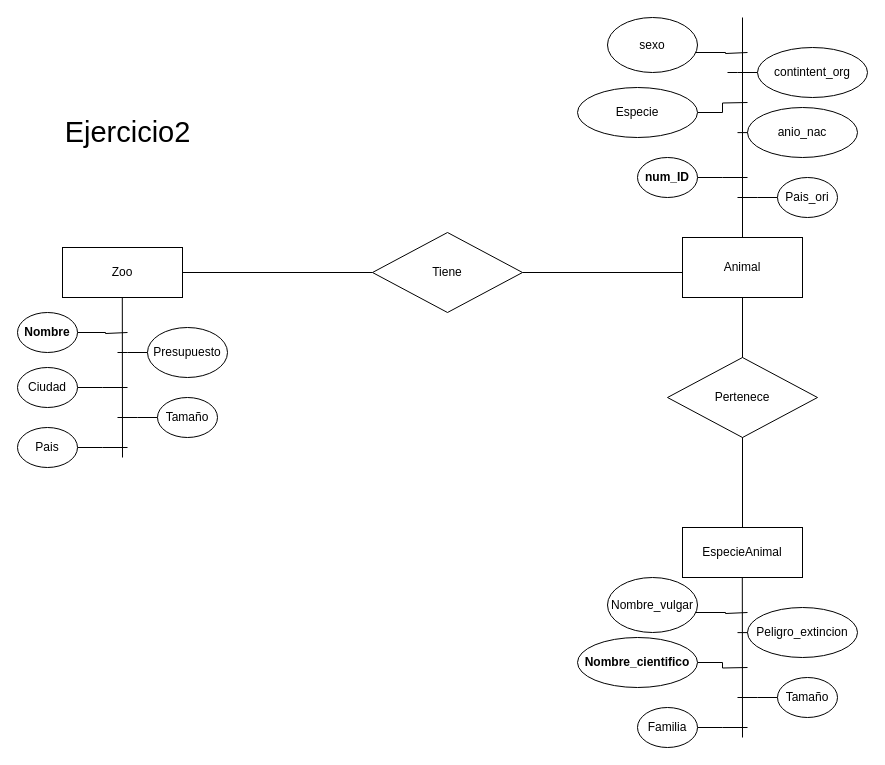
Earlier version of the draw.io diagram ejercicio2.drawio (victorsanchezr/abril23diagrama). Source tidied: cells renumbered, new cells numbered last; positions are measured from the earlier drawing's top-left corner, leaving out a move shared by most shapes. Both pictures are drawn from the tidied source at 100%, with x=0, y=0 at pixel (17, 17).
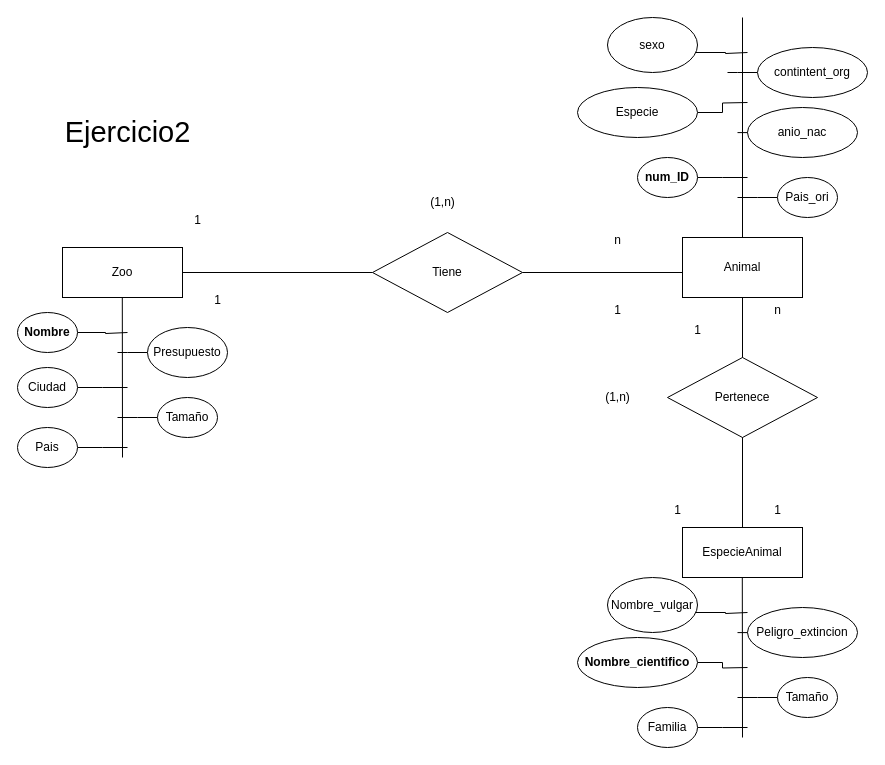
After the change.

Change to the diagram source:
```diff
@@
+    <mxCell id="45" value="1" style="text;html=1;align=center;verticalAlign=middle;strokeColor=none;fillColor=none;" parent="1" vertex="1">
+      <mxGeometry x="165" y="188" width="30" height="30" as="geometry" />
+    </mxCell>
+    <mxCell id="46" value="n" style="text;html=1;align=center;verticalAlign=middle;strokeColor=none;fillColor=none;" parent="1" vertex="1">
+      <mxGeometry x="585" y="208" width="30" height="30" as="geometry" />
+    </mxCell>
+    <mxCell id="47" value="1" style="text;html=1;align=center;verticalAlign=middle;strokeColor=none;fillColor=none;" parent="1" vertex="1">
+      <mxGeometry x="585" y="278" width="30" height="30" as="geometry" />
+    </mxCell>
+    <mxCell id="48" value="1" style="text;html=1;align=center;verticalAlign=middle;strokeColor=none;fillColor=none;" parent="1" vertex="1">
+      <mxGeometry x="185" y="268" width="30" height="30" as="geometry" />
+    </mxCell>
+    <mxCell id="49" value="(1,n)" style="text;html=1;align=center;verticalAlign=middle;strokeColor=none;fillColor=none;" parent="1" vertex="1">
+      <mxGeometry x="400" y="170" width="50" height="30" as="geometry" />
+    </mxCell>
+    <mxCell id="50" value="1" style="text;html=1;align=center;verticalAlign=middle;strokeColor=none;fillColor=none;" parent="1" vertex="1">
+      <mxGeometry x="665" y="298" width="30" height="30" as="geometry" />
+    </mxCell>
+    <mxCell id="51" value="1" style="text;html=1;align=center;verticalAlign=middle;strokeColor=none;fillColor=none;" parent="1" vertex="1">
+      <mxGeometry x="645" y="478" width="30" height="30" as="geometry" />
+    </mxCell>
+    <mxCell id="52" value="1" style="text;html=1;align=center;verticalAlign=middle;strokeColor=none;fillColor=none;" parent="1" vertex="1">
+      <mxGeometry x="745" y="478" width="30" height="30" as="geometry" />
+    </mxCell>
+    <mxCell id="53" value="n" style="text;html=1;align=center;verticalAlign=middle;strokeColor=none;fillColor=none;" parent="1" vertex="1">
+      <mxGeometry x="745" y="278" width="30" height="30" as="geometry" />
+    </mxCell>
+    <mxCell id="54" value="(1,n)" style="text;html=1;align=center;verticalAlign=middle;strokeColor=none;fillColor=none;" parent="1" vertex="1">
+      <mxGeometry x="575" y="365" width="50" height="30" as="geometry" />
+    </mxCell>
```
